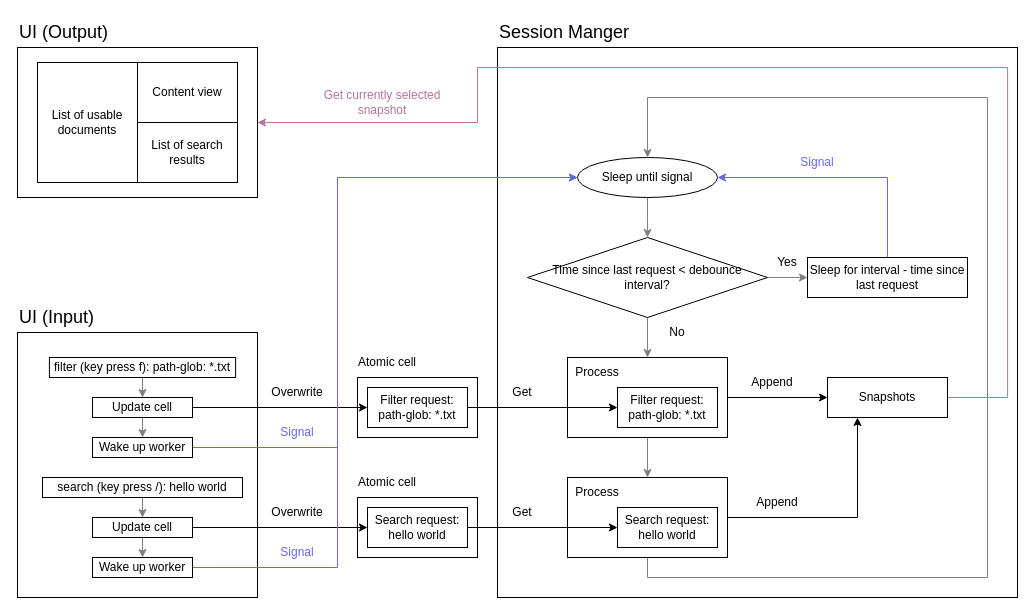
This is page "session-manager" (8 of 8) of docfd.drawio from darrenldl/darrenldl.github.io, a draw.io file, before an edit. Source tidied: cells renumbered, new cells numbered last; positions are measured from the earlier drawing's top-left corner, leaving out a move shared by most shapes. Both pictures are drawn from the tidied source at 100%, with x=0, y=0 at pixel (17, 17).
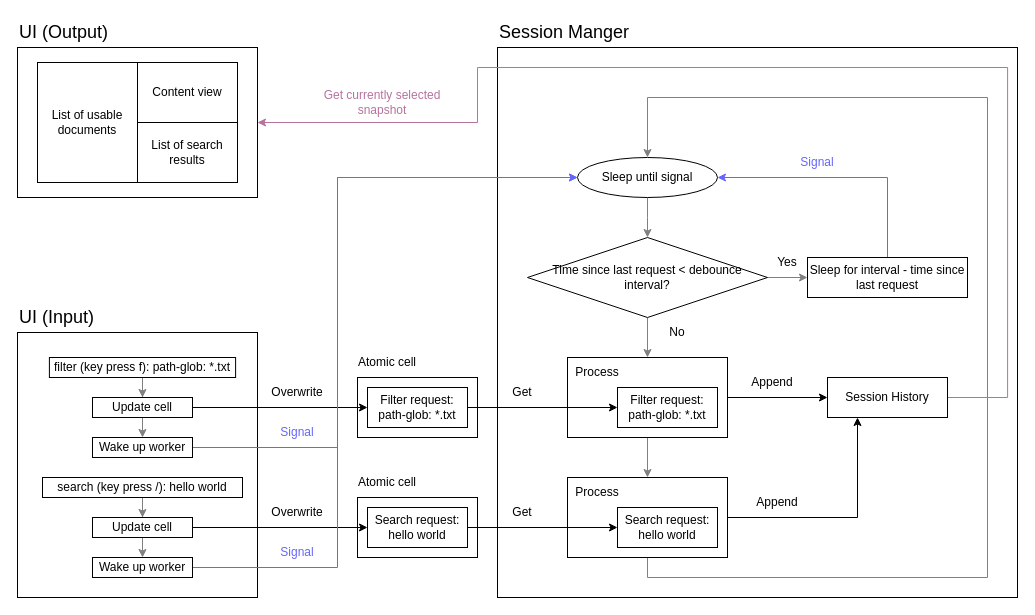
The same page after the edit.

The edit, as a diff of the source:
```diff
@@
-    <mxCell id="53" value="Snapshots" style="rounded=0;whiteSpace=wrap;html=1;" parent="1" vertex="1">
+    <mxCell id="53" value="Session History" style="rounded=0;whiteSpace=wrap;html=1;" parent="1" vertex="1">
       <mxGeometry x="810" y="360" width="120" height="40" as="geometry" />
     </mxCell>
```
